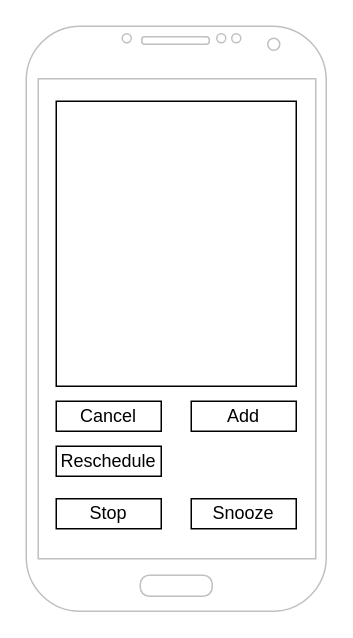
Earlier version of the draw.io diagram UI Design.drawio (TitaniumCoder477/GetMyAttention-App). Source tidied: cells renumbered, new cells numbered last; positions are measured from the earlier drawing's top-left corner, leaving out a move shared by most shapes. Both pictures are drawn from the tidied source at 150%, with x=0, y=0 at pixel (26, 26).
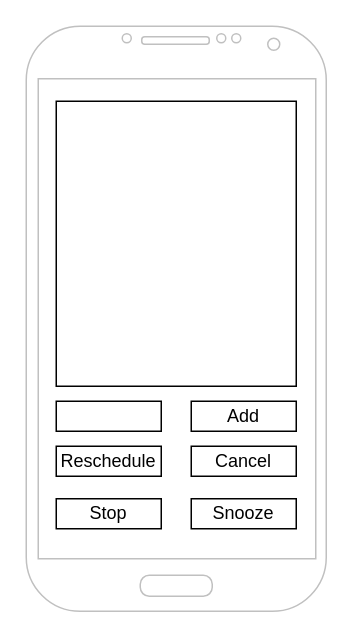
After the change.

Diff of the diagram source:
```diff
@@
 <mxGraphModel>
   <root>
     <mxCell id="0" />
     <mxCell id="1" parent="0" />
     <mxCell id="2" style="verticalLabelPosition=bottom;verticalAlign=top;html=1;shadow=0;dashed=0;strokeWidth=1;shape=mxgraph.android.phone2;strokeColor=#c0c0c0;" parent="1" vertex="1">
       <mxGeometry width="200" height="390" as="geometry" />
     </mxCell>
     <mxCell id="3" style="rounded=0;whiteSpace=wrap;html=1;" parent="1" vertex="1">
       <mxGeometry x="20" y="50" width="160" height="190" as="geometry" />
     </mxCell>
     <mxCell id="4" value="Cancel" style="rounded=0;whiteSpace=wrap;html=1;" parent="1" vertex="1">
-      <mxGeometry x="20" y="250" width="70" height="20" as="geometry" />
+      <mxGeometry x="110" y="280" width="70" height="20" as="geometry" />
     </mxCell>
     <mxCell id="5" value="Add" style="rounded=0;whiteSpace=wrap;html=1;" parent="1" vertex="1">
       <mxGeometry x="110" y="250" width="70" height="20" as="geometry" />
     </mxCell>
     <mxCell id="6" value="Snooze" style="rounded=0;whiteSpace=wrap;html=1;" parent="1" vertex="1">
       <mxGeometry x="110" y="315" width="70" height="20" as="geometry" />
     </mxCell>
     <mxCell id="7" value="Stop" style="rounded=0;whiteSpace=wrap;html=1;" parent="1" vertex="1">
       <mxGeometry x="20" y="315" width="70" height="20" as="geometry" />
     </mxCell>
     <mxCell id="8" value="Reschedule" style="rounded=0;whiteSpace=wrap;html=1;" parent="1" vertex="1">
       <mxGeometry x="20" y="280" width="70" height="20" as="geometry" />
     </mxCell>
+    <mxCell id="9" style="rounded=0;whiteSpace=wrap;html=1;" parent="1" vertex="1">
+      <mxGeometry x="20" y="250" width="70" height="20" as="geometry" />
+    </mxCell>
   </root>
 </mxGraphModel>
```
